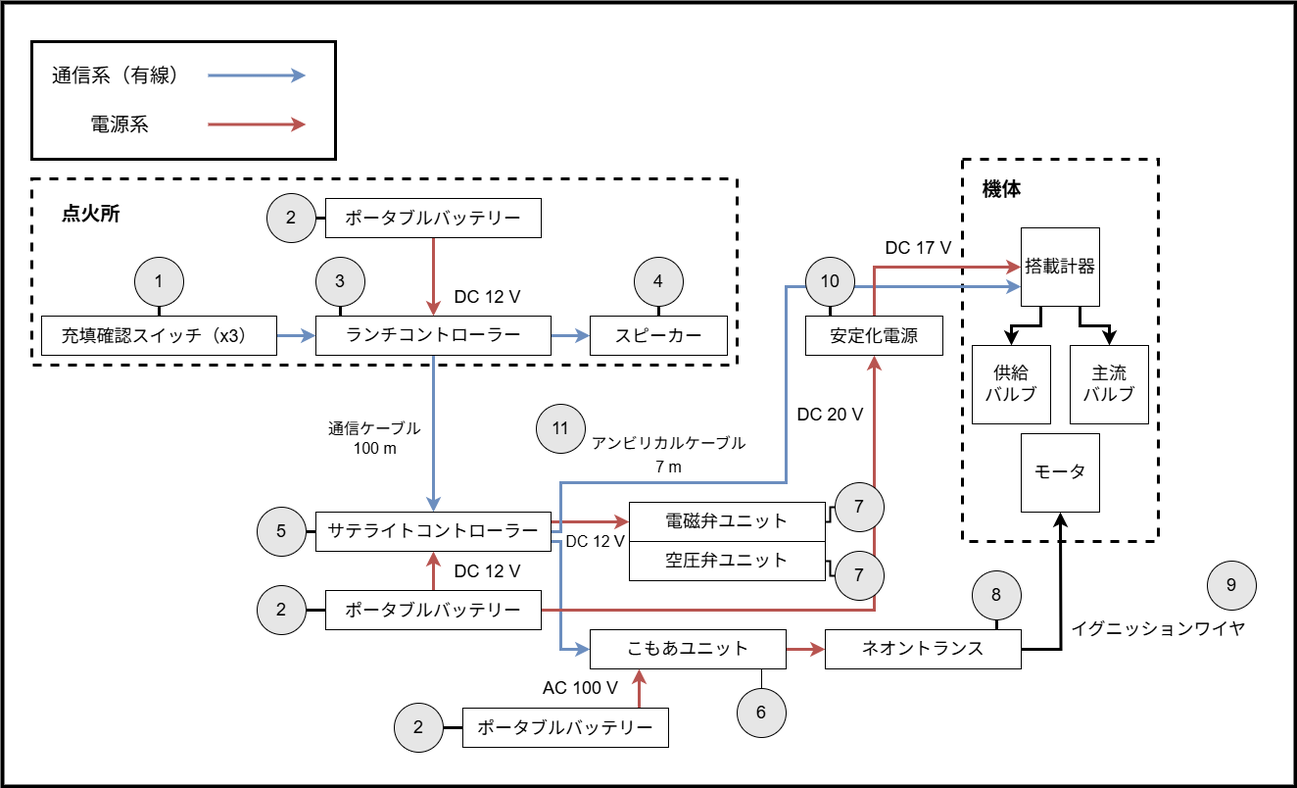
Above: Documents/Pictures/SafetyReview/WiringSystemDiagram.png in tokai-student-rocket-project/Gen6-GSE-Elec (draw.io), before the change. Source tidied: cells renumbered, new cells last; positions are measured from the earlier drawing's top-left corner, leaving out a move shared by most shapes.
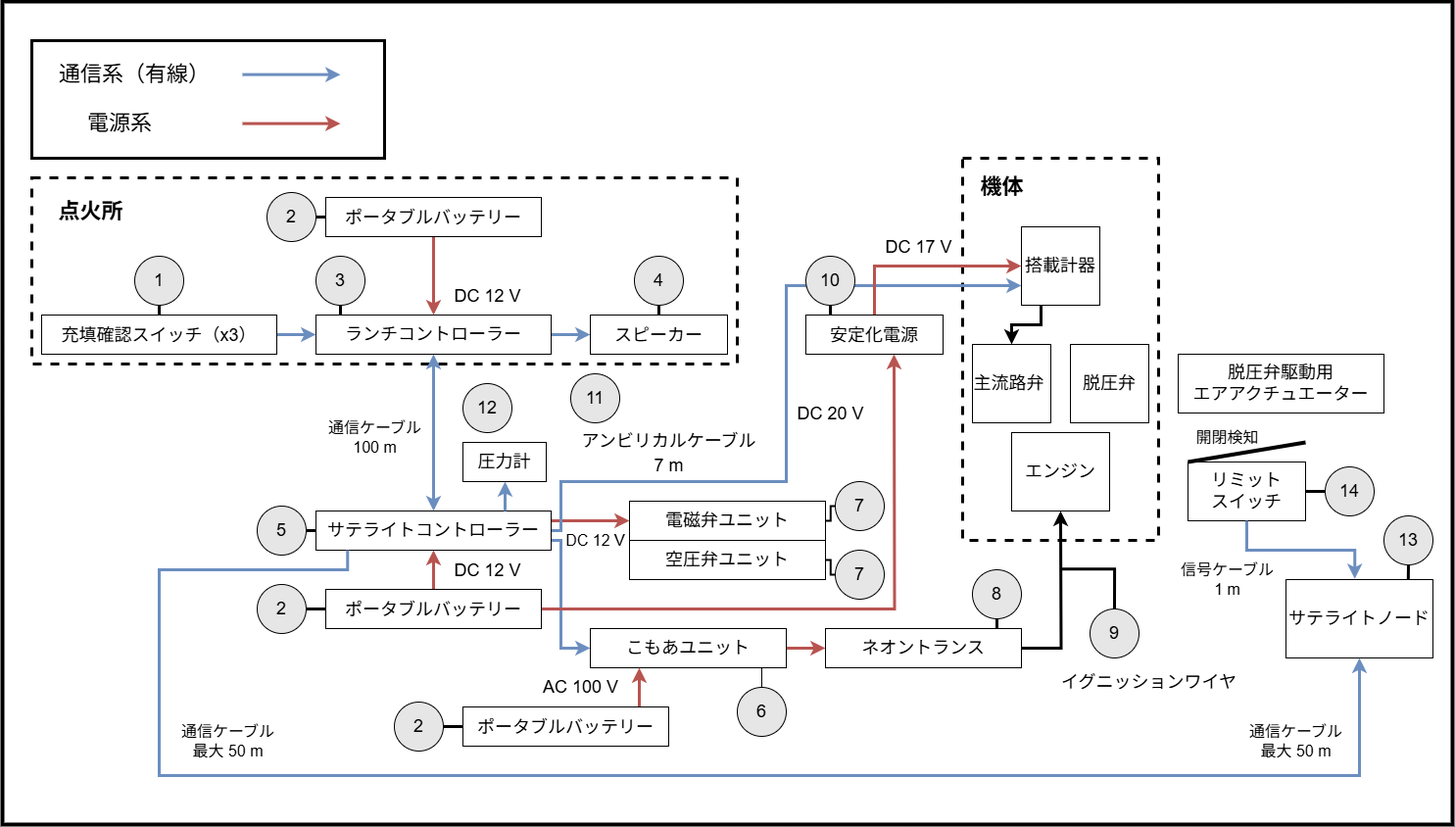
After the change.

Commit message:
安全審査用の図を追加

What changed in the source:
```diff
@@ -3,7 +3,7 @@
     <mxCell id="0" />
     <mxCell id="1" parent="0" />
     <mxCell id="2" style="rounded=0;whiteSpace=wrap;html=1;strokeWidth=4;" parent="1" vertex="1">
-      <mxGeometry width="1320" height="800" as="geometry" />
+      <mxGeometry width="1480" height="840" as="geometry" />
     </mxCell>
     <mxCell id="3" style="rounded=0;whiteSpace=wrap;html=1;fontSize=18;dashed=1;fillColor=none;strokeWidth=3;" parent="1" vertex="1">
       <mxGeometry x="30" y="180" width="720" height="190" as="geometry" />
@@ -14,7 +14,7 @@
     <mxCell id="5" style="edgeStyle=none;html=1;entryX=0;entryY=0.5;entryDx=0;entryDy=0;strokeWidth=3;fontSize=20;endArrow=classic;endFill=1;fillColor=#dae8fc;strokeColor=#6c8ebf;" parent="1" edge="1" source="7" target="10">
       <mxGeometry relative="1" as="geometry" />
     </mxCell>
-    <mxCell id="6" style="edgeStyle=none;html=1;entryX=0.5;entryY=0;entryDx=0;entryDy=0;strokeColor=#6c8ebf;strokeWidth=3;fontSize=20;endArrow=classic;endFill=1;fillColor=#dae8fc;" parent="1" edge="1" source="7" target="17">
+    <mxCell id="6" style="edgeStyle=none;html=1;entryX=0.5;entryY=0;entryDx=0;entryDy=0;strokeColor=#6c8ebf;strokeWidth=3;fontSize=20;endArrow=classic;endFill=1;fillColor=#dae8fc;startArrow=classic;startFill=1;" parent="1" edge="1" source="7" target="17">
       <mxGeometry relative="1" as="geometry" />
     </mxCell>
     <mxCell id="7" value="&lt;font style=&quot;font-size: 18px;&quot;&gt;ランチコントローラー&lt;/font&gt;" style="rounded=0;whiteSpace=wrap;html=1;" parent="1" vertex="1">
@@ -65,8 +65,10 @@
     <mxCell id="18" style="edgeStyle=none;html=1;entryX=0.5;entryY=1;entryDx=0;entryDy=0;strokeColor=#b85450;strokeWidth=3;fontSize=18;endArrow=classic;endFill=1;fillColor=#f8cecc;" parent="1" edge="1" source="20" target="17">
       <mxGeometry relative="1" as="geometry" />
     </mxCell>
-    <mxCell id="19" style="edgeStyle=orthogonalEdgeStyle;rounded=0;html=1;entryX=0.5;entryY=1;entryDx=0;entryDy=0;strokeColor=#b85450;strokeWidth=3;fontSize=18;endArrow=classic;endFill=1;fillColor=#f8cecc;" parent="1" edge="1" source="20" target="48">
-      <mxGeometry relative="1" as="geometry" />
+    <mxCell id="19" style="edgeStyle=orthogonalEdgeStyle;rounded=0;html=1;entryX=0.5;entryY=1;entryDx=0;entryDy=0;strokeColor=#b85450;strokeWidth=3;fontSize=18;endArrow=classic;endFill=1;fillColor=#f8cecc;exitX=1;exitY=0.5;exitDx=0;exitDy=0;" parent="1" edge="1" source="20">
+      <mxGeometry relative="1" as="geometry">
+        <mxPoint x="910" y="360" as="targetPoint" />
+      </mxGeometry>
     </mxCell>
     <mxCell id="20" value="&lt;font style=&quot;font-size: 18px;&quot;&gt;ポータブルバッテリー&lt;/font&gt;" style="rounded=0;whiteSpace=wrap;html=1;fontSize=20;" parent="1" vertex="1">
       <mxGeometry x="330" y="600" width="220" height="40" as="geometry" />
@@ -129,27 +131,24 @@
     <mxCell id="37" value="ネオントランス" style="rounded=0;whiteSpace=wrap;html=1;fontSize=18;" parent="1" vertex="1">
       <mxGeometry x="840" y="640" width="200" height="40" as="geometry" />
     </mxCell>
-    <mxCell id="38" value="モータ" style="rounded=0;whiteSpace=wrap;html=1;fontSize=18;" parent="1" vertex="1">
-      <mxGeometry x="1040" y="440" width="80" height="80" as="geometry" />
+    <mxCell id="38" value="エンジン" style="rounded=0;whiteSpace=wrap;html=1;fontSize=18;" parent="1" vertex="1">
+      <mxGeometry x="1030" y="440" width="100" height="80" as="geometry" />
     </mxCell>
     <mxCell id="39" value="イグニッションワイヤ" style="text;html=1;align=center;verticalAlign=middle;strokeColor=none;fillColor=none;fontSize=18;" parent="1" vertex="1">
-      <mxGeometry x="1080" y="620" width="200" height="40" as="geometry" />
+      <mxGeometry x="1070" y="675" width="200" height="40" as="geometry" />
     </mxCell>
     <mxCell id="40" value="8" style="ellipse;whiteSpace=wrap;html=1;fontSize=18;fillColor=#E6E6E6;" parent="1" vertex="1">
       <mxGeometry x="990" y="580" width="50" height="50" as="geometry" />
     </mxCell>
     <mxCell id="41" value="9" style="ellipse;whiteSpace=wrap;html=1;fontSize=18;fillColor=#E6E6E6;" parent="1" vertex="1">
-      <mxGeometry x="1230" y="570" width="50" height="50" as="geometry" />
+      <mxGeometry x="1110" y="620" width="50" height="50" as="geometry" />
     </mxCell>
-    <mxCell id="42" value="主流&lt;br&gt;バルブ" style="rounded=0;whiteSpace=wrap;html=1;fontSize=18;" parent="1" vertex="1">
+    <mxCell id="42" value="脱圧弁" style="rounded=0;whiteSpace=wrap;html=1;fontSize=18;" parent="1" vertex="1">
       <mxGeometry x="1090" y="350" width="80" height="80" as="geometry" />
     </mxCell>
-    <mxCell id="43" value="供給&lt;br&gt;バルブ" style="rounded=0;whiteSpace=wrap;html=1;fontSize=18;" parent="1" vertex="1">
+    <mxCell id="43" value="主流路弁&amp;nbsp;" style="rounded=0;whiteSpace=wrap;html=1;fontSize=18;" parent="1" vertex="1">
       <mxGeometry x="990" y="350" width="80" height="80" as="geometry" />
     </mxCell>
-    <mxCell id="44" style="edgeStyle=orthogonalEdgeStyle;rounded=0;html=1;entryX=0.5;entryY=0;entryDx=0;entryDy=0;strokeColor=#000000;strokeWidth=3;fontSize=18;endArrow=classic;endFill=1;exitX=0.75;exitY=1;exitDx=0;exitDy=0;" parent="1" edge="1" source="46" target="42">
-      <mxGeometry relative="1" as="geometry" />
-    </mxCell>
     <mxCell id="45" style="edgeStyle=orthogonalEdgeStyle;rounded=0;html=1;entryX=0.5;entryY=0;entryDx=0;entryDy=0;strokeColor=#000000;strokeWidth=3;fontSize=18;endArrow=classic;endFill=1;exitX=0.25;exitY=1;exitDx=0;exitDy=0;" parent="1" edge="1" source="46" target="43">
       <mxGeometry relative="1" as="geometry" />
     </mxCell>
@@ -172,24 +171,24 @@
       <mxGeometry x="820" y="260" width="50" height="50" as="geometry" />
     </mxCell>
     <mxCell id="52" style="rounded=0;whiteSpace=wrap;html=1;fontSize=18;fillColor=none;strokeWidth=3;" parent="1" vertex="1">
-      <mxGeometry x="30" y="40" width="310" height="120" as="geometry" />
+      <mxGeometry x="30" y="40" width="360" height="120" as="geometry" />
     </mxCell>
-    <mxCell id="53" value="&lt;font style=&quot;font-size: 20px;&quot;&gt;通信系（有線）&lt;/font&gt;" style="text;html=1;strokeColor=none;fillColor=none;align=center;verticalAlign=middle;whiteSpace=wrap;rounded=0;dashed=1;strokeWidth=3;fontSize=18;" parent="1" vertex="1">
-      <mxGeometry x="50" y="60" width="140" height="30" as="geometry" />
+    <mxCell id="53" value="&lt;font style=&quot;font-size: 22px;&quot;&gt;通信系（有線）&lt;/font&gt;" style="text;html=1;strokeColor=none;fillColor=none;align=center;verticalAlign=middle;whiteSpace=wrap;rounded=0;dashed=1;strokeWidth=3;fontSize=18;" parent="1" vertex="1">
+      <mxGeometry x="50" y="60" width="170" height="30" as="geometry" />
     </mxCell>
-    <mxCell id="54" value="&lt;font style=&quot;font-size: 20px;&quot;&gt;電源系&lt;/font&gt;" style="text;html=1;strokeColor=none;fillColor=none;align=center;verticalAlign=middle;whiteSpace=wrap;rounded=0;dashed=1;strokeWidth=3;fontSize=18;" parent="1" vertex="1">
+    <mxCell id="54" value="&lt;font style=&quot;font-size: 22px;&quot;&gt;電源系&lt;/font&gt;" style="text;html=1;strokeColor=none;fillColor=none;align=center;verticalAlign=middle;whiteSpace=wrap;rounded=0;dashed=1;strokeWidth=3;fontSize=18;" parent="1" vertex="1">
       <mxGeometry x="85" y="110" width="70" height="30" as="geometry" />
     </mxCell>
     <mxCell id="55" style="endArrow=classic;html=1;rounded=0;strokeColor=#6c8ebf;strokeWidth=3;fontSize=18;fillColor=#dae8fc;" parent="1" edge="1">
       <mxGeometry relative="1" as="geometry">
-        <mxPoint x="210" y="74.5" as="sourcePoint" />
-        <mxPoint x="310" y="74.5" as="targetPoint" />
+        <mxPoint x="245" y="74.6" as="sourcePoint" />
+        <mxPoint x="345" y="74.6" as="targetPoint" />
       </mxGeometry>
     </mxCell>
     <mxCell id="56" style="endArrow=classic;html=1;rounded=0;strokeColor=#b85450;strokeWidth=3;fontSize=18;fillColor=#f8cecc;" parent="1" edge="1">
       <mxGeometry relative="1" as="geometry">
-        <mxPoint x="210" y="124.5" as="sourcePoint" />
-        <mxPoint x="310" y="124.5" as="targetPoint" />
+        <mxPoint x="245" y="124.6" as="sourcePoint" />
+        <mxPoint x="345" y="124.6" as="targetPoint" />
       </mxGeometry>
     </mxCell>
     <mxCell id="57" style="endArrow=none;html=1;rounded=0;strokeColor=#000000;strokeWidth=3;fontSize=20;entryX=0.5;entryY=1;entryDx=0;entryDy=0;exitX=0.5;exitY=0;exitDx=0;exitDy=0;" parent="1" edge="1" source="10" target="26">
@@ -225,11 +224,11 @@
     <mxCell id="67" style="endArrow=none;html=1;rounded=0;strokeColor=#000000;strokeWidth=3;fontSize=20;entryX=0.5;entryY=1;entryDx=0;entryDy=0;exitX=0.179;exitY=0.004;exitDx=0;exitDy=0;exitPerimeter=0;" parent="1" edge="1" source="48" target="51">
       <mxGeometry relative="1" as="geometry" />
     </mxCell>
-    <mxCell id="68" value="&lt;font style=&quot;font-size: 16px;&quot;&gt;アンビリカルケーブル&lt;br&gt;7 m&lt;br&gt;&lt;/font&gt;" style="text;html=1;align=center;verticalAlign=middle;strokeColor=none;fillColor=none;fontSize=20;" parent="1" vertex="1">
-      <mxGeometry x="590" y="430" width="180" height="60" as="geometry" />
+    <mxCell id="68" value="&lt;font style=&quot;&quot;&gt;&lt;font style=&quot;font-size: 18px;&quot;&gt;アンビリカルケーブル&lt;br&gt;7 m&lt;/font&gt;&lt;br&gt;&lt;/font&gt;" style="text;html=1;align=center;verticalAlign=middle;strokeColor=none;fillColor=none;fontSize=20;" parent="1" vertex="1">
+      <mxGeometry x="580" y="430" width="200" height="60" as="geometry" />
     </mxCell>
     <mxCell id="69" value="11" style="ellipse;whiteSpace=wrap;html=1;fontSize=18;fillColor=#E6E6E6;" parent="1" vertex="1">
-      <mxGeometry x="545" y="410" width="50" height="50" as="geometry" />
+      <mxGeometry x="580" y="380" width="50" height="50" as="geometry" />
     </mxCell>
     <mxCell id="70" value="空圧弁ユニット" style="rounded=0;whiteSpace=wrap;html=1;fontSize=18;" parent="1" vertex="1">
       <mxGeometry x="640" y="550" width="200" height="40" as="geometry" />
@@ -243,11 +242,11 @@
     <mxCell id="73" value="通信ケーブル&lt;br&gt;100 m" style="text;html=1;align=center;verticalAlign=middle;strokeColor=none;fillColor=none;fontSize=16;" parent="1" vertex="1">
       <mxGeometry x="320" y="420" width="120" height="50" as="geometry" />
     </mxCell>
-    <mxCell id="74" value="&lt;font style=&quot;font-size: 20px;&quot;&gt;&lt;b&gt;点火所&lt;/b&gt;&lt;/font&gt;" style="text;html=1;align=center;verticalAlign=middle;strokeColor=none;fillColor=none;fontSize=16;" parent="1" vertex="1">
-      <mxGeometry x="50" y="195" width="80" height="40" as="geometry" />
+    <mxCell id="74" value="&lt;font style=&quot;font-size: 22px;&quot;&gt;&lt;b style=&quot;&quot;&gt;点火所&lt;/b&gt;&lt;/font&gt;" style="text;html=1;align=center;verticalAlign=middle;strokeColor=none;fillColor=none;fontSize=16;" parent="1" vertex="1">
+      <mxGeometry x="45" y="195" width="90" height="40" as="geometry" />
     </mxCell>
-    <mxCell id="75" value="&lt;b&gt;機体&lt;/b&gt;" style="text;html=1;align=center;verticalAlign=middle;strokeColor=none;fillColor=none;fontSize=20;" parent="1" vertex="1">
-      <mxGeometry x="990" y="170" width="60" height="40" as="geometry" />
+    <mxCell id="75" value="&lt;b&gt;&lt;font style=&quot;font-size: 22px;&quot;&gt;機体&lt;/font&gt;&lt;/b&gt;" style="text;html=1;align=center;verticalAlign=middle;strokeColor=none;fillColor=none;fontSize=20;" parent="1" vertex="1">
+      <mxGeometry x="985" y="170" width="70" height="40" as="geometry" />
     </mxCell>
     <mxCell id="76" value="2" style="ellipse;whiteSpace=wrap;html=1;fontSize=18;fillColor=#E6E6E6;" parent="1" vertex="1">
       <mxGeometry x="400" y="715" width="50" height="50" as="geometry" />
@@ -257,5 +256,76 @@
         <mxPoint x="470" y="740" as="targetPoint" />
       </mxGeometry>
     </mxCell>
+    <mxCell id="78" value="&lt;font style=&quot;font-size: 18px;&quot;&gt;サテライトノード&lt;/font&gt;" style="rounded=0;whiteSpace=wrap;html=1;" parent="1" vertex="1">
+      <mxGeometry x="1310" y="590" width="150" height="80" as="geometry" />
+    </mxCell>
+    <mxCell id="79" style="edgeStyle=orthogonalEdgeStyle;html=1;strokeColor=#6c8ebf;strokeWidth=3;fontSize=20;endArrow=classic;endFill=1;fillColor=#dae8fc;exitX=0.134;exitY=1;exitDx=0;exitDy=0;exitPerimeter=0;rounded=0;curved=0;entryX=0.5;entryY=1;entryDx=0;entryDy=0;" parent="1" edge="1" source="17" target="78">
+      <mxGeometry relative="1" as="geometry">
+        <Array as="points">
+          <mxPoint x="352" y="580" />
+          <mxPoint x="160" y="580" />
+          <mxPoint x="160" y="790" />
+          <mxPoint x="1385" y="790" />
+        </Array>
+      </mxGeometry>
+    </mxCell>
+    <mxCell id="80" value="脱圧弁駆動用&lt;div&gt;エアアクチュエーター&lt;/div&gt;" style="rounded=0;whiteSpace=wrap;html=1;fontSize=18;" parent="1" vertex="1">
+      <mxGeometry x="1200" y="360" width="210" height="60" as="geometry" />
+    </mxCell>
+    <mxCell id="81" value="&lt;font style=&quot;font-size: 18px;&quot;&gt;リミット&lt;/font&gt;&lt;div&gt;&lt;font style=&quot;font-size: 18px;&quot;&gt;スイッチ&lt;/font&gt;&lt;/div&gt;" style="rounded=0;whiteSpace=wrap;html=1;" parent="1" vertex="1">
+      <mxGeometry x="1210" y="470" width="120" height="60" as="geometry" />
+    </mxCell>
+    <mxCell id="82" style="endArrow=none;html=1;edgeStyle=orthogonalEdgeStyle;rounded=0;curved=0;entryX=0.5;entryY=1;entryDx=0;entryDy=0;exitX=0.468;exitY=-0.01;exitDx=0;exitDy=0;exitPerimeter=0;strokeWidth=3;fillColor=#dae8fc;strokeColor=#6c8ebf;startArrow=classic;startFill=1;" parent="1" edge="1" source="78" target="81">
+      <mxGeometry relative="1" as="geometry" />
+    </mxCell>
+    <mxCell id="83" style="edgeStyle=none;html=1;startArrow=none;startFill=0;strokeWidth=3;endArrow=none;endFill=0;" parent="1" edge="1" source="84" target="81">
+      <mxGeometry relative="1" as="geometry" />
+    </mxCell>
+    <mxCell id="84" value="14" style="ellipse;whiteSpace=wrap;html=1;fontSize=18;fillColor=#E6E6E6;" parent="1" vertex="1">
+      <mxGeometry x="1350" y="475" width="50" height="50" as="geometry" />
+    </mxCell>
+    <mxCell id="85" value="通信ケーブル&lt;br&gt;最大 50 m" style="text;html=1;align=center;verticalAlign=middle;strokeColor=none;fillColor=none;fontSize=16;" parent="1" vertex="1">
+      <mxGeometry x="170" y="730" width="120" height="50" as="geometry" />
+    </mxCell>
+    <mxCell id="86" value="&lt;span style=&quot;font-size: 18px;&quot;&gt;圧力計&lt;/span&gt;" style="rounded=0;whiteSpace=wrap;html=1;" parent="1" vertex="1">
+      <mxGeometry x="470" y="450" width="85" height="40" as="geometry" />
+    </mxCell>
+    <mxCell id="87" style="edgeStyle=none;html=1;strokeWidth=3;fontSize=20;endArrow=classic;endFill=1;fillColor=#dae8fc;strokeColor=#6c8ebf;" parent="1" edge="1">
+      <mxGeometry relative="1" as="geometry">
+        <mxPoint x="513" y="520" as="sourcePoint" />
+        <mxPoint x="513" y="490" as="targetPoint" />
+      </mxGeometry>
+    </mxCell>
+    <mxCell id="88" value="12" style="ellipse;whiteSpace=wrap;html=1;fontSize=18;fillColor=#E6E6E6;" parent="1" vertex="1">
+      <mxGeometry x="470" y="390" width="50" height="50" as="geometry" />
+    </mxCell>
+    <mxCell id="89" style="edgeStyle=none;html=1;entryX=0.832;entryY=0.004;entryDx=0;entryDy=0;entryPerimeter=0;strokeWidth=3;endArrow=none;endFill=0;" parent="1" edge="1" source="90" target="78">
+      <mxGeometry relative="1" as="geometry" />
+    </mxCell>
+    <mxCell id="90" value="13" style="ellipse;whiteSpace=wrap;html=1;fontSize=18;fillColor=#E6E6E6;" parent="1" vertex="1">
+      <mxGeometry x="1410" y="525" width="50" height="50" as="geometry" />
+    </mxCell>
+    <mxCell id="91" style="endArrow=none;html=1;rounded=0;strokeColor=#000000;strokeWidth=3;fontSize=20;edgeStyle=orthogonalEdgeStyle;exitX=0.5;exitY=0;exitDx=0;exitDy=0;" parent="1" edge="1" source="41">
+      <mxGeometry relative="1" as="geometry">
+        <mxPoint x="1080" y="579.3" as="targetPoint" />
+        <Array as="points">
+          <mxPoint x="1135" y="579" />
+        </Array>
+      </mxGeometry>
+    </mxCell>
+    <mxCell id="92" value="信号ケーブル&lt;div&gt;1 m&lt;/div&gt;" style="text;html=1;align=center;verticalAlign=middle;strokeColor=none;fillColor=none;fontSize=16;" parent="1" vertex="1">
+      <mxGeometry x="1190" y="565" width="120" height="50" as="geometry" />
+    </mxCell>
+    <mxCell id="93" value="通信ケーブル&lt;br&gt;最大 50 m" style="text;html=1;align=center;verticalAlign=middle;strokeColor=none;fillColor=none;fontSize=16;" parent="1" vertex="1">
+      <mxGeometry x="1260" y="730" width="120" height="50" as="geometry" />
+    </mxCell>
+    <mxCell id="94" value="&lt;font style=&quot;font-size: 16px;&quot;&gt;開閉検知&lt;/font&gt;" style="text;html=1;align=center;verticalAlign=middle;" parent="1" vertex="1">
+      <mxGeometry x="1205" y="430" width="90" height="30" as="geometry" />
+    </mxCell>
+    <mxCell id="95" style="endArrow=none;html=1;exitX=0;exitY=0;exitDx=0;exitDy=0;strokeWidth=4;rounded=0;curved=0;" parent="1" edge="1" source="81">
+      <mxGeometry relative="1" as="geometry">
+        <mxPoint x="1330" y="450" as="targetPoint" />
+      </mxGeometry>
+    </mxCell>
   </root>
 </mxGraphModel>
```
